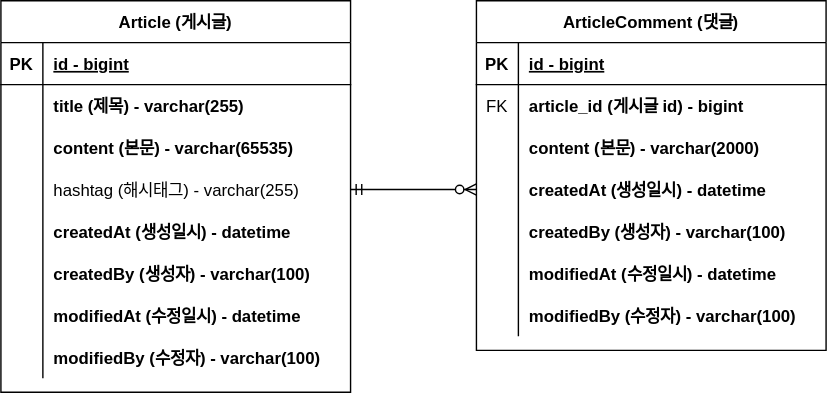
Before: document/project-board-erd.svg, a diagram exported from draw.io (LeeDuho/SpringBoot-project-board). Source tidied: cells renumbered, new cells last; positions are measured from the earlier drawing's top-left corner, leaving out a move shared by most shapes.
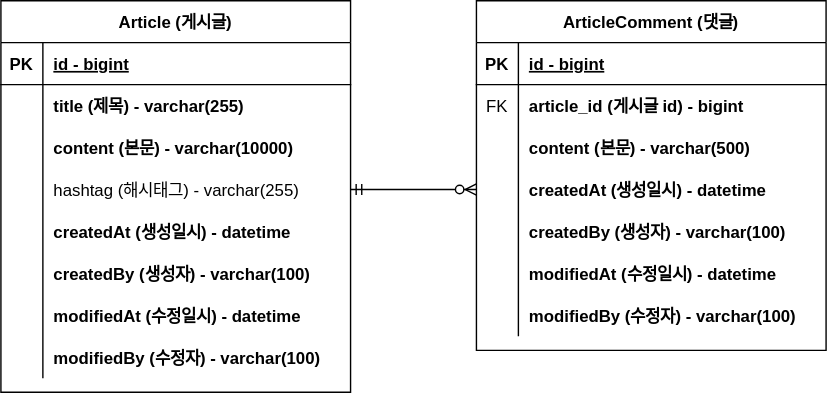
After the change.

Commit message:
#9 - erd 업데이트

Diff of the diagram source:
```diff
@@ -29,7 +29,7 @@
     <mxCell id="10" style="shape=partialRectangle;overflow=hidden;fillColor=none;top=0;left=0;bottom=0;right=0;" parent="9" vertex="1">
       <mxGeometry width="30" height="30" as="geometry" />
     </mxCell>
-    <mxCell id="11" value="content (본문) - varchar(65535)" style="shape=partialRectangle;overflow=hidden;fillColor=none;top=0;left=0;bottom=0;right=0;align=left;spacingLeft=6;fontStyle=1;" parent="9" vertex="1">
+    <mxCell id="11" value="content (본문) - varchar(10000)" style="shape=partialRectangle;overflow=hidden;fillColor=none;top=0;left=0;bottom=0;right=0;align=left;spacingLeft=6;fontStyle=1;" parent="9" vertex="1">
       <mxGeometry x="30" width="220" height="30" as="geometry" />
     </mxCell>
     <mxCell id="12" style="shape=partialRectangle;fillColor=none;points=[[0,0.5],[1,0.5]];portConstraint=eastwest;top=0;left=0;right=0;bottom=0;" parent="2" vertex="1">
@@ -104,7 +104,7 @@
     <mxCell id="35" style="shape=partialRectangle;overflow=hidden;fillColor=none;top=0;left=0;bottom=0;right=0;" parent="34" vertex="1">
       <mxGeometry width="30" height="30" as="geometry" />
     </mxCell>
-    <mxCell id="36" value="content (본문) - varchar(2000)" style="shape=partialRectangle;overflow=hidden;fillColor=none;top=0;left=0;bottom=0;right=0;align=left;spacingLeft=6;fontStyle=1;" parent="34" vertex="1">
+    <mxCell id="36" value="content (본문) - varchar(500)" style="shape=partialRectangle;overflow=hidden;fillColor=none;top=0;left=0;bottom=0;right=0;align=left;spacingLeft=6;fontStyle=1;" parent="34" vertex="1">
       <mxGeometry x="30" width="220" height="30" as="geometry" />
     </mxCell>
     <mxCell id="37" style="shape=partialRectangle;fillColor=none;points=[[0,0.5],[1,0.5]];portConstraint=eastwest;top=0;left=0;right=0;bottom=0;" parent="27" vertex="1">
```
